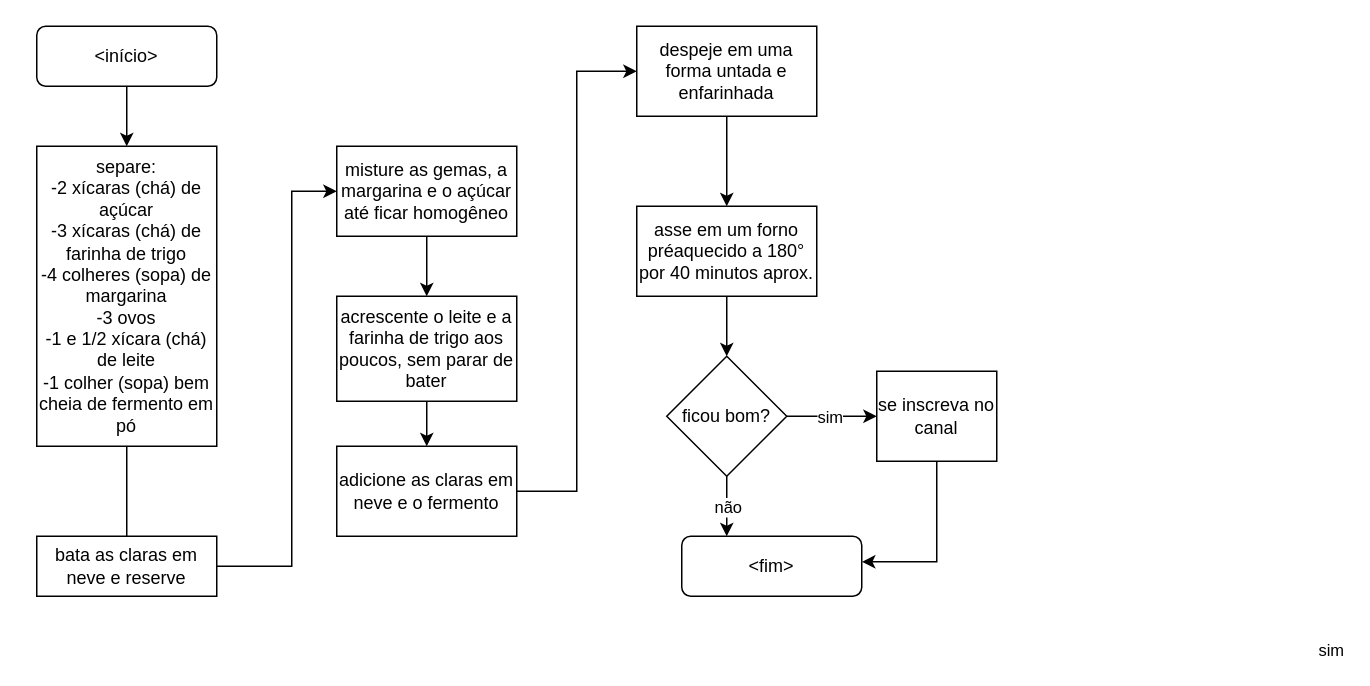
Above: fluxograma-bolo.drawio in henrique-esilva/fluxogramas (draw.io), before the change. Source tidied: cells renumbered, new cells numbered last; positions are measured from the earlier drawing's top-left corner, leaving out a move shared by most shapes. Both pictures are drawn from the tidied source at 150%, with x=0, y=0 at pixel (36, 26).
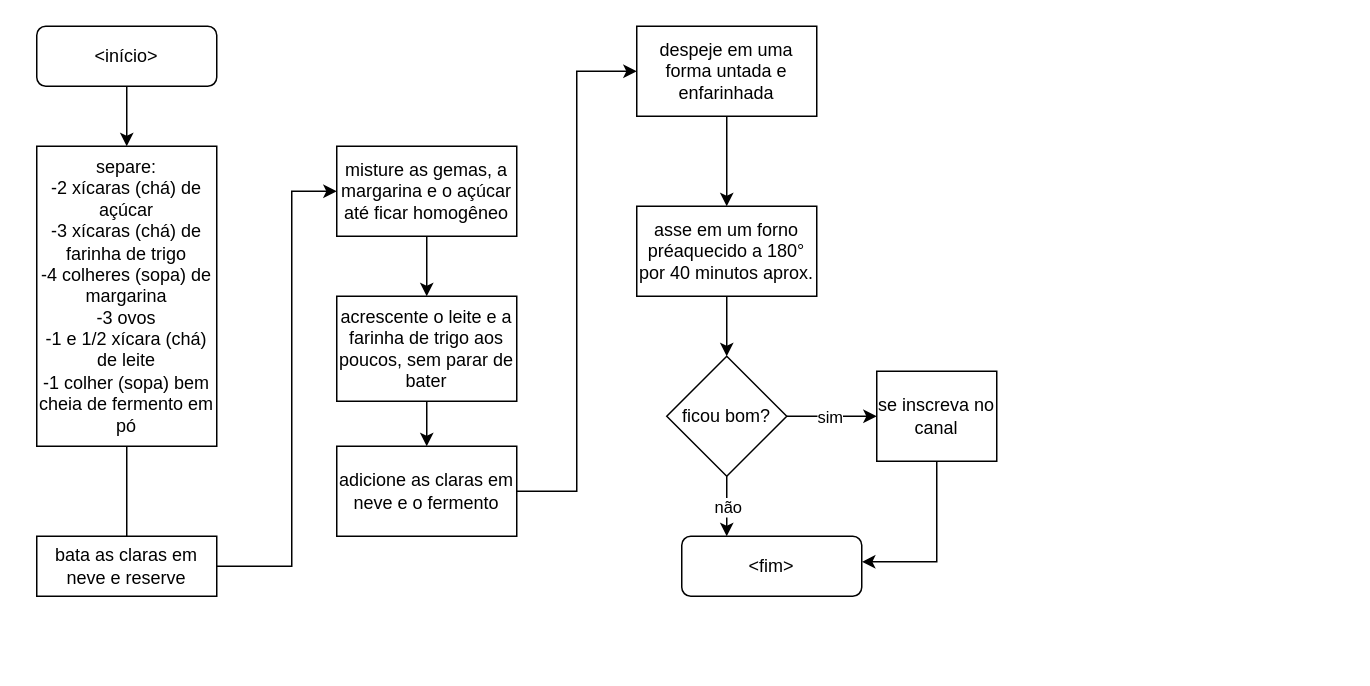
The same diagram, later.

The change refers to these unchanged cells:
```xml
<mxCell id="19" style="edgeStyle=orthogonalEdgeStyle;rounded=0;jettySize=auto;html=1;exitX=1;exitY=0.5;exitDx=0;exitDy=0;" parent="1" edge="1" source="22" target="26">
  <mxGeometry relative="1" as="geometry" />
</mxCell>
```

The edit, as a diff of the source:
```diff
@@
-    <mxCell id="20" value="sim" style="edgeLabel;html=1;align=center;verticalAlign=middle;" parent="19" vertex="1">
-      <mxGeometry x="-0.26" y="-1" relative="1" as="geometry">
-        <mxPoint x="340" y="154" as="offset" />
-      </mxGeometry>
-    </mxCell>
```
